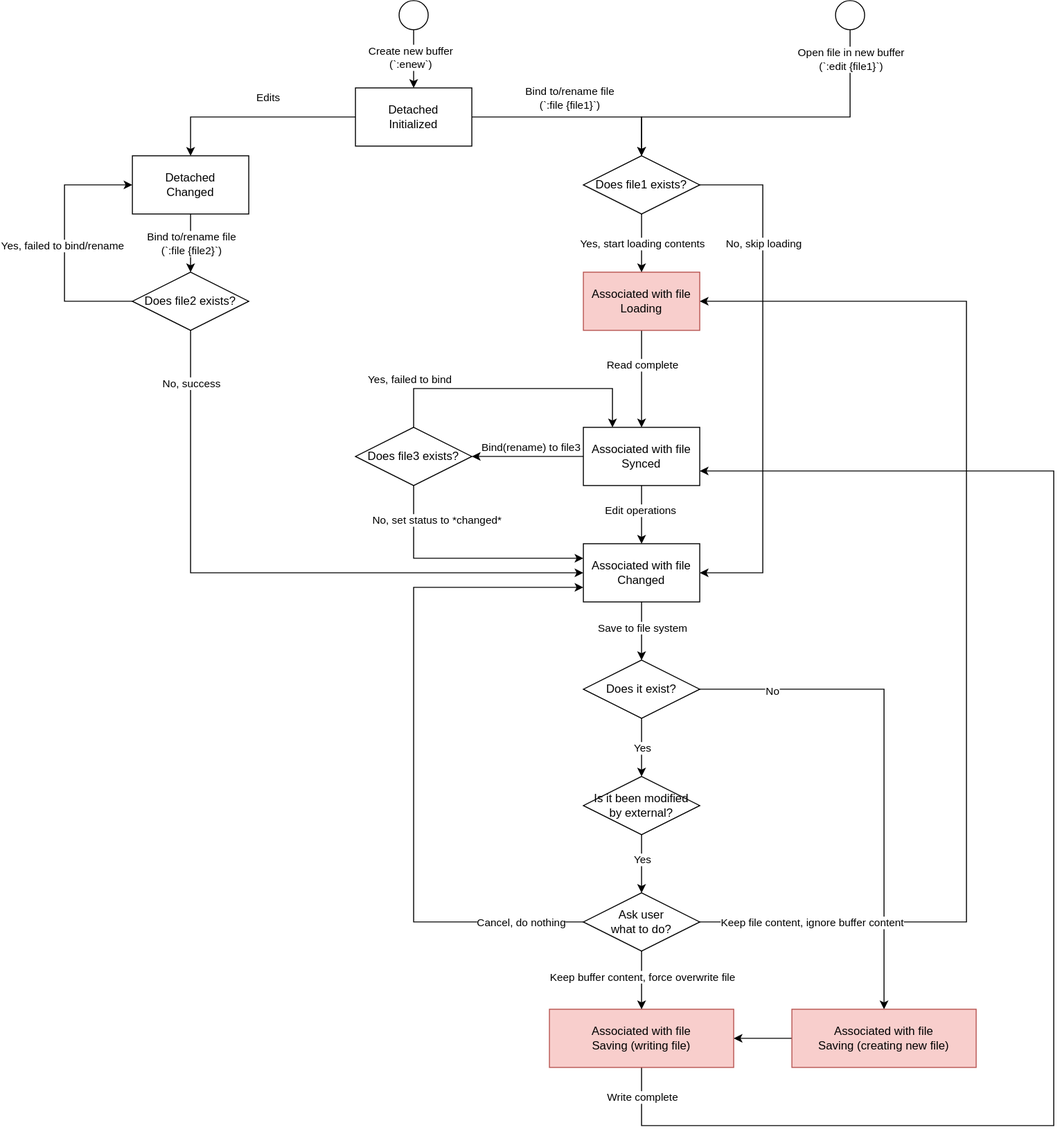
Above: images/4-WindowsAndBuffers-1-FileBuffer.1.drawio.svg in rsvim/rfc (draw.io), before the change. Source tidied: cells renumbered, new cells last; positions are measured from the earlier drawing's top-left corner, leaving out a move shared by most shapes.
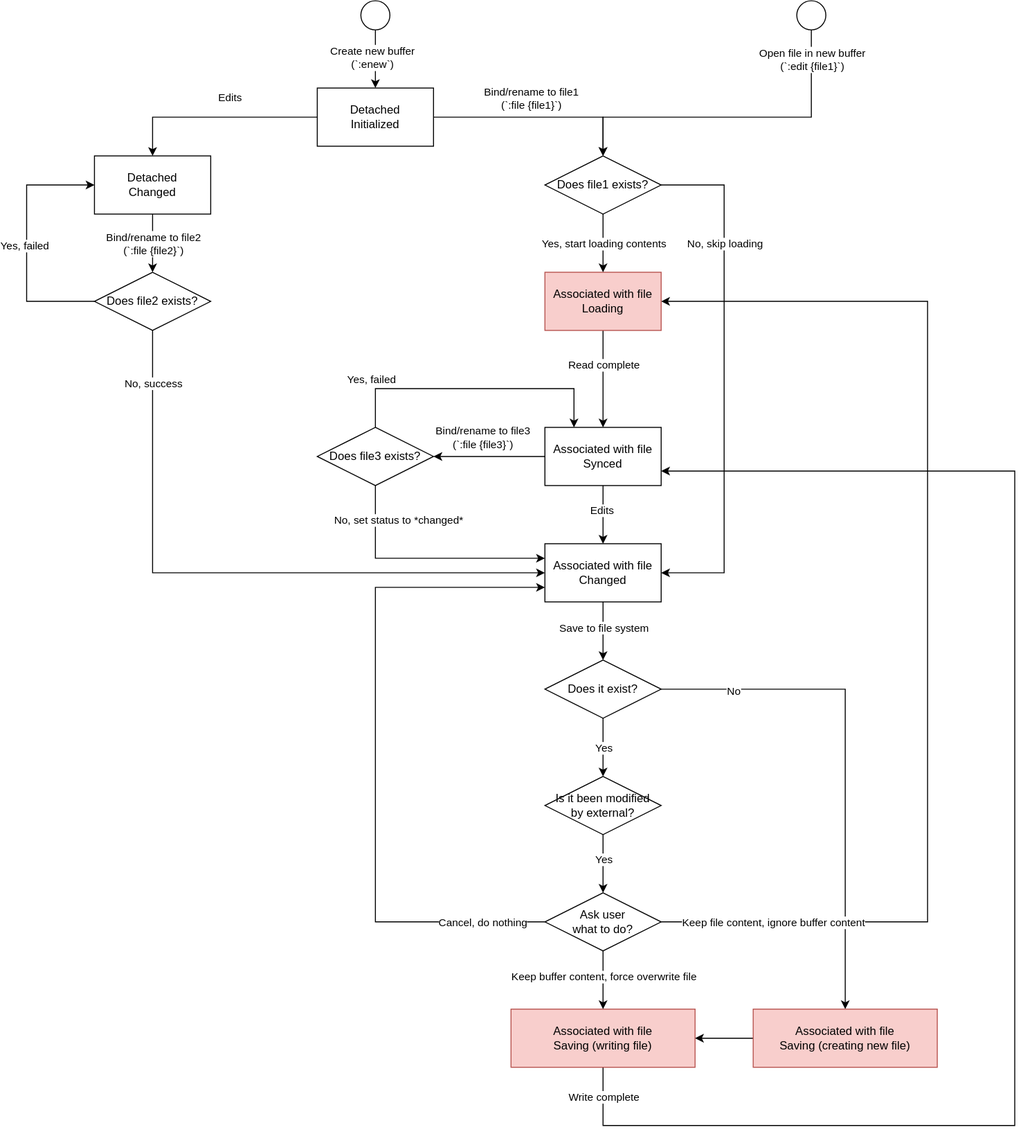
After the commit.

Change to the diagram source:
```diff
@@ -5,7 +5,7 @@
     <mxCell id="2" style="edgeStyle=orthogonalEdgeStyle;rounded=0;jettySize=auto;html=1;entryX=0.5;entryY=0;entryDx=0;entryDy=0;" parent="1" edge="1" source="5" target="30">
       <mxGeometry relative="1" as="geometry" />
     </mxCell>
-    <mxCell id="3" value="Bind to/rename file&lt;br&gt;(`:file {file1}`)" style="edgeLabel;html=1;align=center;verticalAlign=middle;" parent="2" vertex="1">
+    <mxCell id="3" value="Bind/rename to file1&lt;br&gt;(`:file {file1}`)" style="edgeLabel;html=1;align=center;verticalAlign=middle;" parent="2" vertex="1">
       <mxGeometry x="-0.29" relative="1" as="geometry">
         <mxPoint x="23" y="-20" as="offset" />
       </mxGeometry>
@@ -30,7 +30,7 @@
     <mxCell id="9" style="edgeStyle=orthogonalEdgeStyle;rounded=0;jettySize=auto;html=1;entryX=0.5;entryY=0;entryDx=0;entryDy=0;" parent="1" edge="1" source="11" target="25">
       <mxGeometry relative="1" as="geometry" />
     </mxCell>
-    <mxCell id="10" value="Bind to/rename file&lt;br&gt;(`:file {file2}`)" style="edgeLabel;html=1;align=center;verticalAlign=middle;" parent="9" vertex="1">
+    <mxCell id="10" value="Bind/rename to file2&lt;br&gt;(`:file {file2}`)" style="edgeLabel;html=1;align=center;verticalAlign=middle;" parent="9" vertex="1">
       <mxGeometry x="-0.38" relative="1" as="geometry">
         <mxPoint y="11" as="offset" />
       </mxGeometry>
@@ -41,15 +41,15 @@
     <mxCell id="12" style="edgeStyle=orthogonalEdgeStyle;rounded=0;jettySize=auto;html=1;entryX=0.5;entryY=0;entryDx=0;entryDy=0;" parent="1" edge="1" source="16" target="17">
       <mxGeometry relative="1" as="geometry" />
     </mxCell>
-    <mxCell id="13" value="Edit operations" style="edgeLabel;html=1;align=center;verticalAlign=middle;" parent="12" vertex="1">
+    <mxCell id="13" value="Edits" style="edgeLabel;html=1;align=center;verticalAlign=middle;" parent="12" vertex="1">
       <mxGeometry x="-0.15" y="-2" relative="1" as="geometry" />
     </mxCell>
     <mxCell id="14" style="edgeStyle=orthogonalEdgeStyle;rounded=0;jettySize=auto;html=1;entryX=1;entryY=0.5;entryDx=0;entryDy=0;" parent="1" edge="1" source="16" target="35">
       <mxGeometry relative="1" as="geometry" />
     </mxCell>
-    <mxCell id="15" value="Bind(rename) to file3" style="edgeLabel;html=1;align=center;verticalAlign=middle;" parent="14" vertex="1">
+    <mxCell id="15" value="Bind/rename to file3&lt;br&gt;(`:file {file3}`)" style="edgeLabel;html=1;align=center;verticalAlign=middle;" parent="14" vertex="1">
       <mxGeometry x="0.16" y="-4" relative="1" as="geometry">
-        <mxPoint x="11" y="-6" as="offset" />
+        <mxPoint x="1" y="-16" as="offset" />
       </mxGeometry>
     </mxCell>
     <mxCell id="16" value="Associated with file&lt;br&gt;Synced" style="rounded=0;whiteSpace=wrap;html=1;" parent="1" vertex="1">
@@ -83,7 +83,7 @@
         </Array>
       </mxGeometry>
     </mxCell>
-    <mxCell id="22" value="Yes, failed to bind/rename" style="edgeLabel;html=1;align=center;verticalAlign=middle;" parent="21" vertex="1">
+    <mxCell id="22" value="Yes, failed" style="edgeLabel;html=1;align=center;verticalAlign=middle;" parent="21" vertex="1">
       <mxGeometry x="-0.02" y="3" relative="1" as="geometry" />
     </mxCell>
     <mxCell id="23" style="edgeStyle=orthogonalEdgeStyle;rounded=0;jettySize=auto;html=1;entryX=0;entryY=0.5;entryDx=0;entryDy=0;" parent="1" edge="1" source="25" target="17">
@@ -133,7 +133,7 @@
         </Array>
       </mxGeometry>
     </mxCell>
-    <mxCell id="32" value="Yes, failed to bind" style="edgeLabel;html=1;align=center;verticalAlign=middle;" parent="31" vertex="1">
+    <mxCell id="32" value="Yes, failed" style="edgeLabel;html=1;align=center;verticalAlign=middle;" parent="31" vertex="1">
       <mxGeometry x="-0.43" y="2" relative="1" as="geometry">
         <mxPoint x="-47" y="-8" as="offset" />
       </mxGeometry>
```
